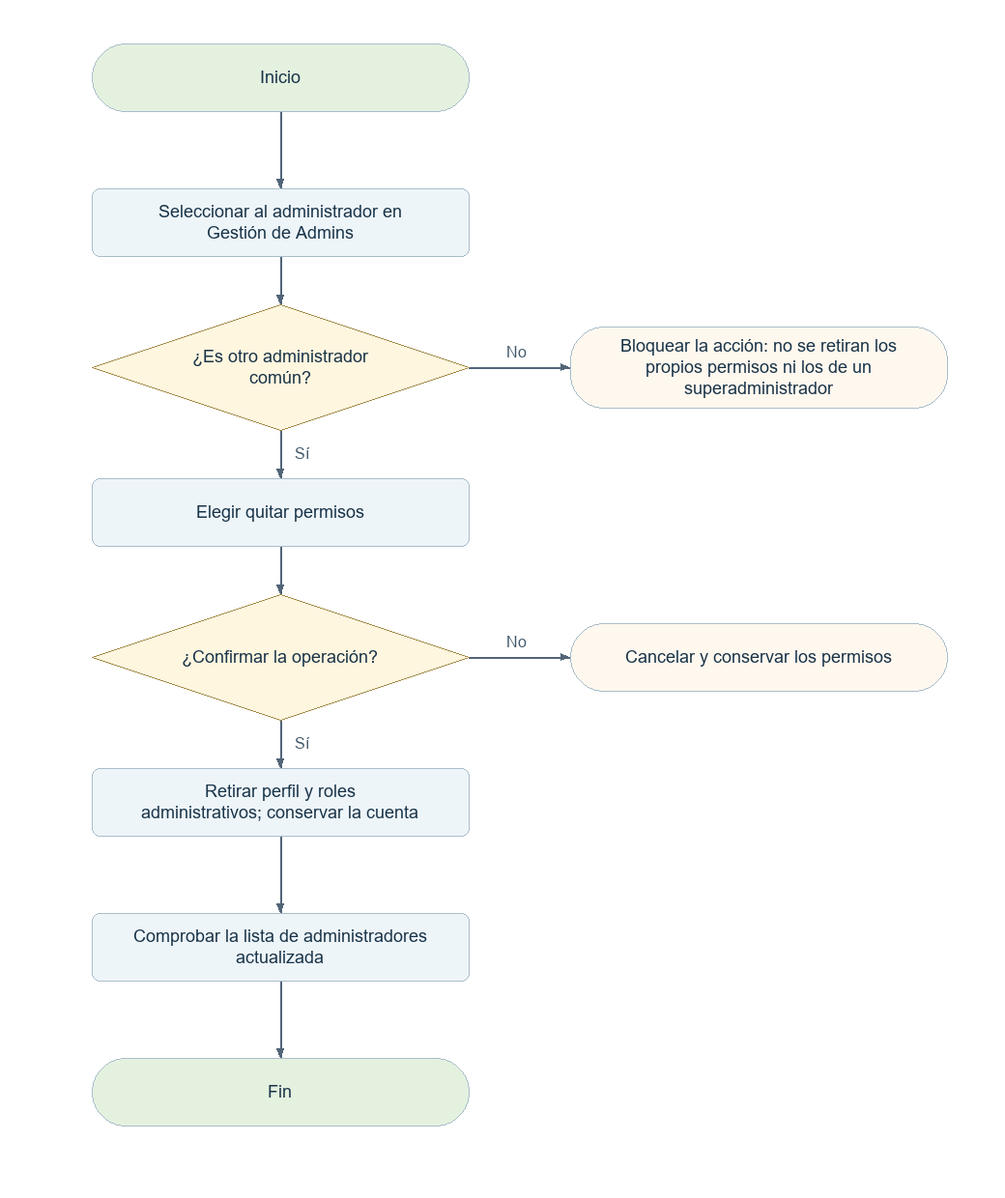
Above: docs/diagramas-web/png/S03.png in elingeyesdev/t3-crowdfunding-inversion (Mermaid), before the change. Its source is kept beside it as docs/diagramas-web/mermaid/S03.mmd.
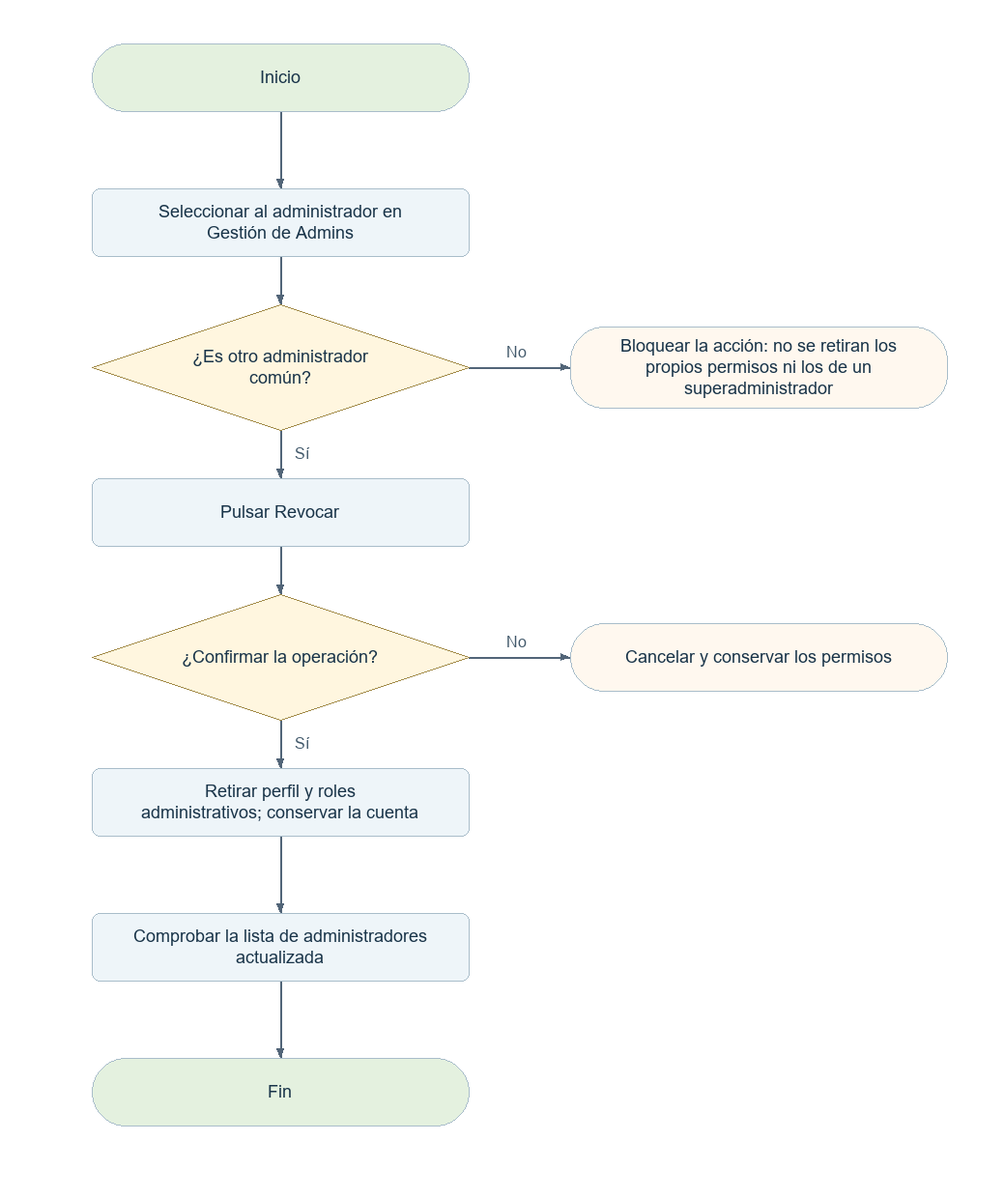
The same diagram one commit later.

What changed in the source:
```diff
@@ -7,7 +7,7 @@
   N2 -->|"Sí"| N3
   B2(["Bloquear la acción: no se retiran los propios permisos ni los de un superadministrador"])
   N2 -->|"No"| B2
-  N3["Elegir quitar permisos"]
+  N3["Pulsar Revocar"]
   N3 --> N4
   N4{"¿Confirmar la operación?"}
   N4 -->|"Sí"| N5
```
